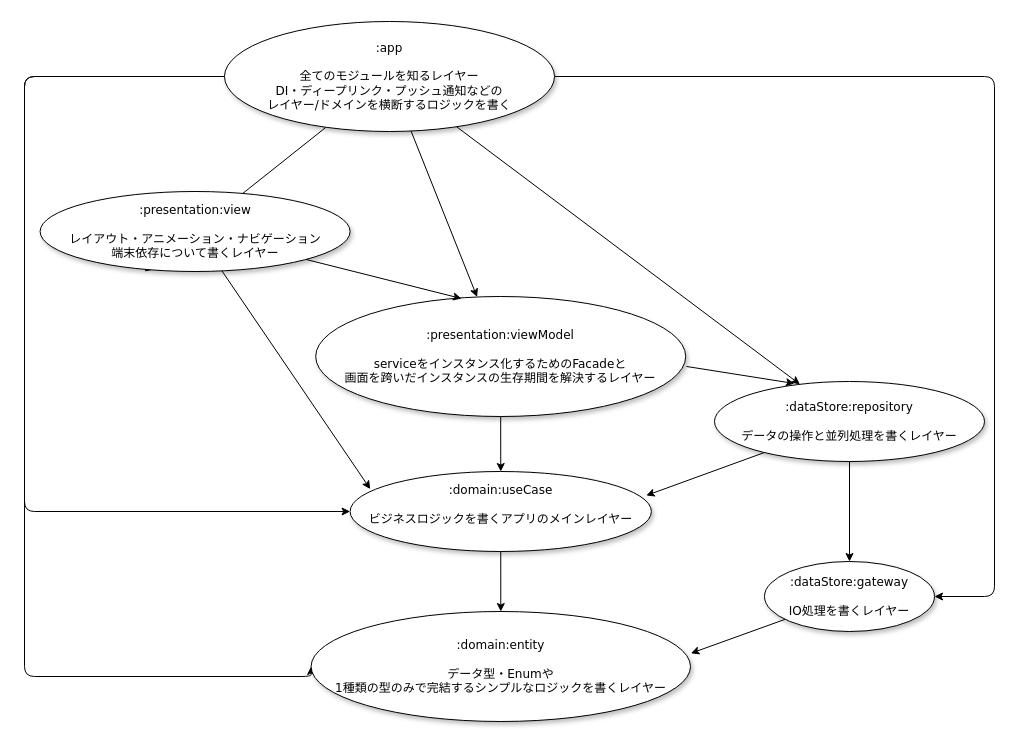
narumichi0710/AndroidArchitectureTemplate keeps this draw.io diagram as document/ArchitectureDiagramSource.drawio. Above is the earlier version. Source tidied: cells renumbered, new cells numbered last; positions are measured from the earlier drawing's top-left corner, leaving out a move shared by most shapes. Both pictures are drawn from the tidied source at 100%, with x=0, y=0 at pixel (24, 21).
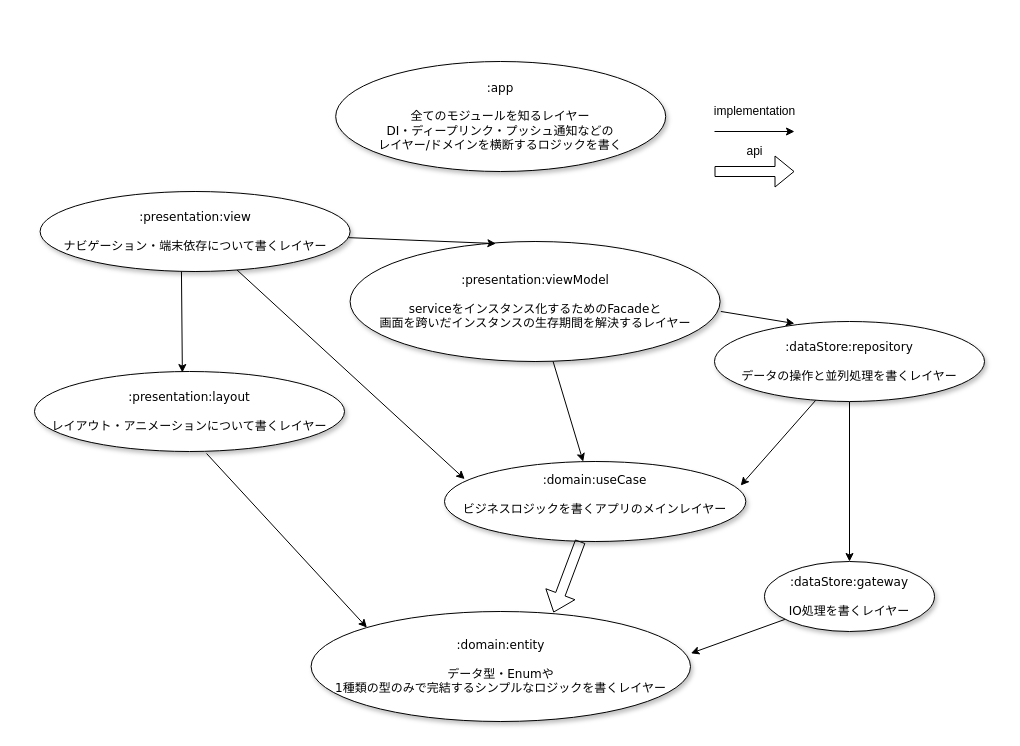
The same page after the edit.

Commit message (it also covers changes not shown here):
アーキテクチャ図を更新

Unchanged cells that the change refers to:
```xml
<mxCell id="16" value=":dataStore:gateway&lt;br&gt;&lt;br&gt;IO処理を書くレイヤー" style="ellipse;whiteSpace=wrap;html=1;rounded=0;shadow=1;comic=0;labelBackgroundColor=none;strokeWidth=1;fontFamily=Verdana;fontSize=12;align=center;" parent="1" vertex="1">
  <mxGeometry x="740" y="540" width="170" height="70" as="geometry" />
</mxCell>
<mxCell id="19" value=":domain:entity&lt;br&gt;&lt;br&gt;データ型・Enumや&lt;br&gt;1種類の型のみで完結するシンプルなロジックを書くレイヤー" style="ellipse;whiteSpace=wrap;html=1;rounded=0;shadow=1;comic=0;labelBackgroundColor=none;strokeWidth=1;fontFamily=Verdana;fontSize=12;align=center;" parent="1" vertex="1">
  <mxGeometry x="286.6" y="590" width="379.4" height="110" as="geometry" />
</mxCell>
```

What changed in the source:
```diff
@@
-    <mxCell id="2" style="edgeStyle=none;rounded=1;jettySize=auto;html=1;entryX=0.337;entryY=1;entryDx=0;entryDy=0;entryPerimeter=0;" parent="1" edge="1" source="8" target="22">
-      <mxGeometry relative="1" as="geometry" />
-    </mxCell>
-    <mxCell id="3" style="edgeStyle=none;rounded=1;jettySize=auto;html=1;" parent="1" edge="1" source="8" target="11">
-      <mxGeometry relative="1" as="geometry" />
-    </mxCell>
-    <mxCell id="4" style="edgeStyle=none;rounded=1;jettySize=auto;html=1;" parent="1" edge="1" source="8" target="14">
-      <mxGeometry relative="1" as="geometry" />
-    </mxCell>
-    <mxCell id="5" style="edgeStyle=orthogonalEdgeStyle;rounded=1;jettySize=auto;html=1;entryX=0;entryY=0.5;entryDx=0;entryDy=0;" parent="1" edge="1" source="8" target="19">
-      <mxGeometry relative="1" as="geometry">
-        <Array as="points">
-          <mxPoint y="55" />
-          <mxPoint y="655" />
-        </Array>
-      </mxGeometry>
-    </mxCell>
-    <mxCell id="6" style="edgeStyle=orthogonalEdgeStyle;rounded=1;jettySize=auto;html=1;entryX=0;entryY=0.5;entryDx=0;entryDy=0;" parent="1" edge="1" source="8" target="18">
-      <mxGeometry relative="1" as="geometry">
-        <Array as="points">
-          <mxPoint y="55" />
-          <mxPoint y="490" />
-        </Array>
-      </mxGeometry>
-    </mxCell>
-    <mxCell id="7" style="edgeStyle=orthogonalEdgeStyle;rounded=1;jettySize=auto;html=1;entryX=1;entryY=0.5;entryDx=0;entryDy=0;" parent="1" edge="1" source="8" target="16">
-      <mxGeometry relative="1" as="geometry">
-        <Array as="points">
-          <mxPoint x="970" y="55" />
-          <mxPoint x="970" y="575" />
-        </Array>
-      </mxGeometry>
-    </mxCell>
     <mxCell id="8" value=":app&lt;br&gt;&lt;br&gt;全てのモジュールを知るレイヤー&lt;br&gt;DI・ディープリンク・プッシュ通知などの&lt;br&gt;レイヤー/ドメインを横断するロジックを書く" style="ellipse;whiteSpace=wrap;html=1;rounded=0;shadow=1;comic=0;labelBackgroundColor=none;strokeWidth=1;fontFamily=Verdana;fontSize=12;align=center;" parent="1" vertex="1">
-      <mxGeometry x="200" width="330" height="110" as="geometry" />
+      <mxGeometry x="311.2" y="40" width="330" height="110" as="geometry" />
     </mxCell>
@@
     <mxCell id="11" value=":presentation:viewModel&lt;br&gt;&lt;br&gt;serviceをインスタンス化するためのFacadeと&lt;br&gt;画面を跨いだインスタンスの生存期間を解決するレイヤー" style="ellipse;whiteSpace=wrap;html=1;rounded=0;shadow=1;comic=0;labelBackgroundColor=none;strokeWidth=1;fontFamily=Verdana;fontSize=12;align=center;" parent="1" vertex="1">
-      <mxGeometry x="291.2" y="275" width="370" height="120" as="geometry" />
+      <mxGeometry x="325.6" y="220" width="370" height="120" as="geometry" />
     </mxCell>
@@
     <mxCell id="14" value=":dataStore:repository&lt;br&gt;&lt;br&gt;データの操作と並列処理を書くレイヤー" style="ellipse;whiteSpace=wrap;html=1;rounded=0;shadow=1;comic=0;labelBackgroundColor=none;strokeWidth=1;fontFamily=Verdana;fontSize=12;align=center;" parent="1" vertex="1">
-      <mxGeometry x="690" y="360" width="270" height="80" as="geometry" />
+      <mxGeometry x="690" y="300" width="270" height="80" as="geometry" />
     </mxCell>
@@
-    <mxCell id="17" style="edgeStyle=none;rounded=1;jettySize=auto;html=1;entryX=0.5;entryY=0;entryDx=0;entryDy=0;" parent="1" edge="1" source="18" target="19">
-      <mxGeometry relative="1" as="geometry" />
-    </mxCell>
     <mxCell id="18" value="&lt;span&gt;:domain:useCase&lt;br&gt;&lt;br&gt;ビジネスロジックを書くアプリのメインレイヤー&lt;br&gt;&lt;br&gt;&lt;/span&gt;" style="ellipse;whiteSpace=wrap;html=1;rounded=0;shadow=1;comic=0;labelBackgroundColor=none;strokeWidth=1;fontFamily=Verdana;fontSize=12;align=center;" parent="1" vertex="1">
-      <mxGeometry x="325.6" y="450" width="301.3" height="80" as="geometry" />
+      <mxGeometry x="420" y="440" width="301.3" height="80" as="geometry" />
     </mxCell>
@@
-    <mxCell id="22" value=":presentation:view&lt;br&gt;&lt;br&gt;レイアウト・アニメーション・ナビゲーション&lt;br&gt;端末依存について書くレイヤー" style="ellipse;whiteSpace=wrap;html=1;rounded=0;shadow=1;comic=0;labelBackgroundColor=none;strokeWidth=1;fontFamily=Verdana;fontSize=12;align=center;" parent="1" vertex="1">
+    <mxCell id="22" value=":presentation:view&lt;br&gt;&lt;br&gt;ナビゲーション・端末依存について書くレイヤー" style="ellipse;whiteSpace=wrap;html=1;rounded=0;shadow=1;comic=0;labelBackgroundColor=none;strokeWidth=1;fontFamily=Verdana;fontSize=12;align=center;" parent="1" vertex="1">
       <mxGeometry x="15.6" y="170" width="310" height="80" as="geometry" />
     </mxCell>
+    <mxCell id="23" value=":presentation:layout&lt;br&gt;&lt;br&gt;レイアウト・アニメーションについて書くレイヤー" style="ellipse;whiteSpace=wrap;html=1;rounded=0;shadow=1;comic=0;labelBackgroundColor=none;strokeWidth=1;fontFamily=Verdana;fontSize=12;align=center;" parent="1" vertex="1">
+      <mxGeometry x="10" y="350" width="310" height="80" as="geometry" />
+    </mxCell>
+    <mxCell id="24" style="endArrow=classic;html=1;exitX=0.456;exitY=1;exitDx=0;exitDy=0;entryX=0.477;entryY=0.013;entryDx=0;entryDy=0;entryPerimeter=0;exitPerimeter=0;" parent="1" edge="1" source="22" target="23">
+      <mxGeometry relative="1" as="geometry" />
+    </mxCell>
+    <mxCell id="25" style="endArrow=classic;html=1;entryX=0;entryY=0;entryDx=0;entryDy=0;exitX=0.555;exitY=1.025;exitDx=0;exitDy=0;exitPerimeter=0;" parent="1" edge="1" source="23" target="19">
+      <mxGeometry relative="1" as="geometry" />
+    </mxCell>
+    <mxCell id="26" style="endArrow=classic;html=1;" parent="1" edge="1">
+      <mxGeometry relative="1" as="geometry">
+        <mxPoint x="690" y="110" as="sourcePoint" />
+        <mxPoint x="770" y="110" as="targetPoint" />
+      </mxGeometry>
+    </mxCell>
+    <mxCell id="27" style="shape=flexArrow;endArrow=classic;html=1;" parent="1" edge="1">
+      <mxGeometry relative="1" as="geometry">
+        <mxPoint x="690" y="150" as="sourcePoint" />
+        <mxPoint x="770" y="150" as="targetPoint" />
+      </mxGeometry>
+    </mxCell>
+    <mxCell id="28" value="implementation" style="text;html=1;align=center;verticalAlign=middle;strokeColor=none;" parent="1" vertex="1">
+      <mxGeometry x="680" y="80" width="100" height="20" as="geometry" />
+    </mxCell>
+    <mxCell id="29" value="api&lt;br&gt;" style="text;html=1;align=center;verticalAlign=middle;strokeColor=none;" parent="1" vertex="1">
+      <mxGeometry x="715" y="120" width="30" height="20" as="geometry" />
+    </mxCell>
+    <mxCell id="17" style="shape=flexArrow;endArrow=classic;html=1;entryX=0.639;entryY=0.009;entryDx=0;entryDy=0;entryPerimeter=0;" parent="1" edge="1" source="18" target="19">
+      <mxGeometry relative="1" as="geometry" />
+    </mxCell>
```
